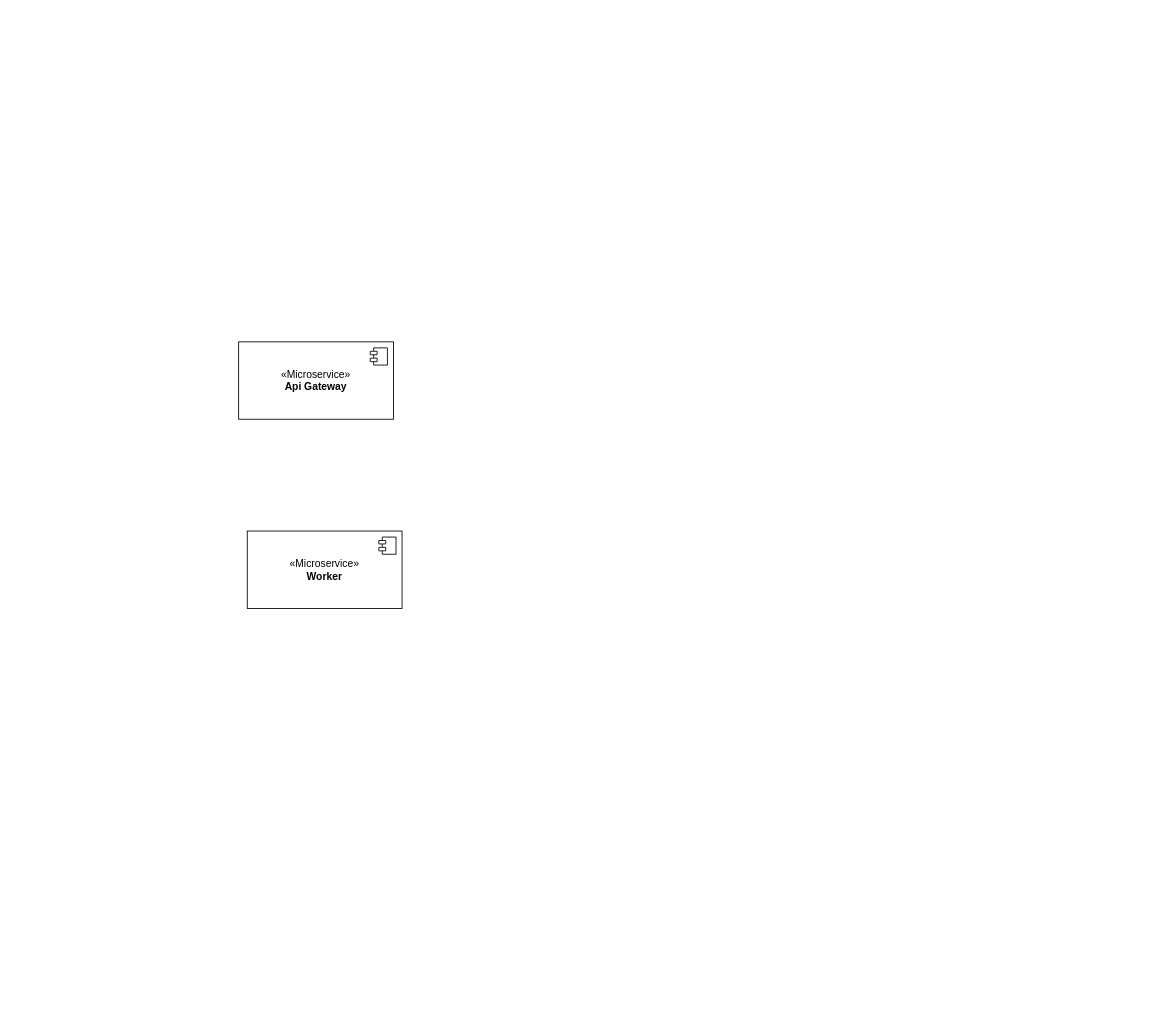
The draw.io diagram diagramme de composants.drawio in stormsidali2001/outsourcing-plateform-4th-year-project, before the edit. Source tidied: cells renumbered, new cells numbered last; positions are measured from the earlier drawing's top-left corner, leaving out a move shared by most shapes. Both pictures are drawn from the tidied source at 86%, with x=0, y=0 at pixel (238, 341).
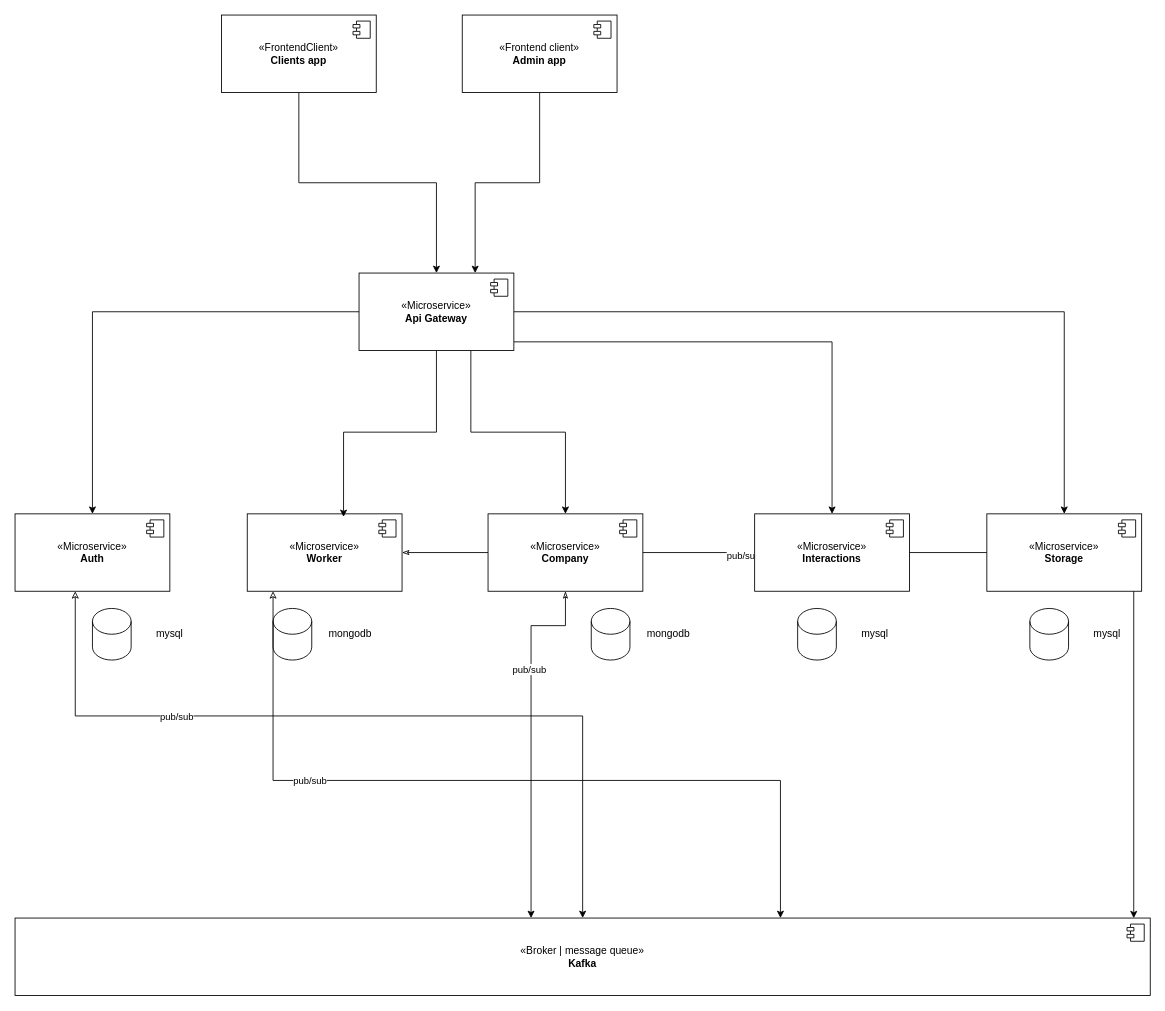
The same page after the edit.

Commit message (it also covers changes not shown here):
Mettre à jour diagramme de composants.drawio

Change to the diagram source:
```diff
@@
+    <mxCell id="6" style="edgeStyle=orthogonalEdgeStyle;rounded=0;jettySize=auto;html=1;entryX=0.39;entryY=-0.34;entryDx=0;entryDy=0;entryPerimeter=0;startArrow=classicThin;startFill=0;" parent="1" edge="1" source="2" target="22">
+      <mxGeometry relative="1" as="geometry" />
+    </mxCell>
+    <mxCell id="7" value="pub/sub" style="edgeLabel;html=1;align=center;verticalAlign=middle;" parent="6" vertex="1">
+      <mxGeometry x="-0.38" y="-3" relative="1" as="geometry" />
+    </mxCell>
     <mxCell id="2" value="«Microservice»&lt;br&gt;&lt;b&gt;Worker&lt;/b&gt;" style="html=1;whiteSpace=wrap;" parent="1" vertex="1">
-      <mxGeometry x="10" y="220" width="180" height="90" as="geometry" />
+      <mxGeometry x="10" y="200" width="180" height="90" as="geometry" />
     </mxCell>
@@
+    <mxCell id="8" style="edgeStyle=orthogonalEdgeStyle;rounded=0;jettySize=auto;html=1;" parent="1" edge="1" source="4" target="15">
+      <mxGeometry relative="1" as="geometry" />
+    </mxCell>
+    <mxCell id="9" style="edgeStyle=orthogonalEdgeStyle;rounded=0;jettySize=auto;html=1;entryX=0.622;entryY=0.04;entryDx=0;entryDy=0;entryPerimeter=0;" parent="1" edge="1" source="4" target="2">
+      <mxGeometry relative="1" as="geometry" />
+    </mxCell>
+    <mxCell id="10" style="edgeStyle=orthogonalEdgeStyle;rounded=0;jettySize=auto;html=1;" parent="1" edge="1" source="4" target="17">
+      <mxGeometry relative="1" as="geometry">
+        <Array as="points">
+          <mxPoint x="270" y="105" />
+          <mxPoint x="380" y="105" />
+        </Array>
+      </mxGeometry>
+    </mxCell>
+    <mxCell id="11" style="edgeStyle=orthogonalEdgeStyle;rounded=0;jettySize=auto;html=1;" parent="1" edge="1" source="4" target="19">
+      <mxGeometry relative="1" as="geometry">
+        <Array as="points">
+          <mxPoint x="690" />
+        </Array>
+      </mxGeometry>
+    </mxCell>
+    <mxCell id="12" style="edgeStyle=orthogonalEdgeStyle;rounded=0;jettySize=auto;html=1;" parent="1" edge="1" source="4" target="33">
+      <mxGeometry relative="1" as="geometry" />
+    </mxCell>
     <mxCell id="4" value="«Microservice»&lt;br&gt;&lt;b&gt;Api Gateway&lt;/b&gt;" style="html=1;whiteSpace=wrap;" parent="1" vertex="1">
-      <mxGeometry width="180" height="90" as="geometry" />
+      <mxGeometry x="140" y="-80" width="180" height="90" as="geometry" />
     </mxCell>
@@
+    <mxCell id="13" style="edgeStyle=orthogonalEdgeStyle;rounded=0;jettySize=auto;html=1;startArrow=classic;startFill=0;" parent="1" edge="1" source="15" target="21">
+      <mxGeometry relative="1" as="geometry">
+        <Array as="points">
+          <mxPoint x="-190" y="435" />
+        </Array>
+      </mxGeometry>
+    </mxCell>
+    <mxCell id="14" value="pub/sub" style="edgeLabel;html=1;align=center;verticalAlign=middle;" parent="13" vertex="1">
+      <mxGeometry x="-0.46" relative="1" as="geometry" />
+    </mxCell>
+    <mxCell id="15" value="«Microservice»&lt;br&gt;&lt;b&gt;Auth&lt;/b&gt;" style="html=1;whiteSpace=wrap;" parent="1" vertex="1">
+      <mxGeometry x="-260" y="200" width="180" height="90" as="geometry" />
+    </mxCell>
+    <mxCell id="16" style="shape=module;jettyWidth=8;jettyHeight=4;" parent="15" vertex="1">
+      <mxGeometry x="1" width="20" height="20" relative="1" as="geometry">
+        <mxPoint x="-27" y="7" as="offset" />
+      </mxGeometry>
+    </mxCell>
+    <mxCell id="17" value="«Microservice»&lt;br&gt;&lt;b&gt;Company&lt;/b&gt;" style="html=1;whiteSpace=wrap;" parent="1" vertex="1">
+      <mxGeometry x="290" y="200" width="180" height="90" as="geometry" />
+    </mxCell>
+    <mxCell id="18" style="shape=module;jettyWidth=8;jettyHeight=4;" parent="17" vertex="1">
+      <mxGeometry x="1" width="20" height="20" relative="1" as="geometry">
+        <mxPoint x="-27" y="7" as="offset" />
+      </mxGeometry>
+    </mxCell>
+    <mxCell id="19" value="«Microservice»&lt;br&gt;&lt;b&gt;Interactions&lt;/b&gt;" style="html=1;whiteSpace=wrap;" parent="1" vertex="1">
+      <mxGeometry x="600" y="200" width="180" height="90" as="geometry" />
+    </mxCell>
+    <mxCell id="20" style="shape=module;jettyWidth=8;jettyHeight=4;" parent="19" vertex="1">
+      <mxGeometry x="1" width="20" height="20" relative="1" as="geometry">
+        <mxPoint x="-27" y="7" as="offset" />
+      </mxGeometry>
+    </mxCell>
+    <mxCell id="21" value="«Broker | message queue»&lt;br&gt;&lt;b&gt;Kafka&lt;/b&gt;" style="html=1;whiteSpace=wrap;" parent="1" vertex="1">
+      <mxGeometry x="-260" y="670" width="1320" height="90" as="geometry" />
+    </mxCell>
+    <mxCell id="22" style="shape=module;jettyWidth=8;jettyHeight=4;" parent="21" vertex="1">
+      <mxGeometry x="1" width="20" height="20" relative="1" as="geometry">
+        <mxPoint x="-27" y="7" as="offset" />
+      </mxGeometry>
+    </mxCell>
+    <mxCell id="23" style="edgeStyle=orthogonalEdgeStyle;rounded=0;jettySize=auto;html=1;startArrow=classicThin;startFill=0;" parent="1" edge="1" source="17" target="21">
+      <mxGeometry relative="1" as="geometry">
+        <Array as="points">
+          <mxPoint x="380" y="330" />
+          <mxPoint x="340" y="330" />
+          <mxPoint x="340" y="715" />
+        </Array>
+      </mxGeometry>
+    </mxCell>
+    <mxCell id="24" value="pub/sub" style="edgeLabel;html=1;align=center;verticalAlign=middle;" parent="23" vertex="1">
+      <mxGeometry x="-0.38" y="-3" relative="1" as="geometry" />
+    </mxCell>
+    <mxCell id="25" style="shape=cylinder3;whiteSpace=wrap;html=1;boundedLbl=1;backgroundOutline=1;size=15;" parent="1" vertex="1">
+      <mxGeometry x="40" y="310" width="45" height="60" as="geometry" />
+    </mxCell>
+    <mxCell id="26" value="mongodb" style="text;html=1;strokeColor=none;fillColor=none;align=center;verticalAlign=middle;whiteSpace=wrap;rounded=0;" parent="1" vertex="1">
+      <mxGeometry x="100" y="325" width="60" height="30" as="geometry" />
+    </mxCell>
+    <mxCell id="27" style="shape=cylinder3;whiteSpace=wrap;html=1;boundedLbl=1;backgroundOutline=1;size=15;" parent="1" vertex="1">
+      <mxGeometry x="-170" y="310" width="45" height="60" as="geometry" />
+    </mxCell>
+    <mxCell id="28" value="mysql" style="text;html=1;strokeColor=none;fillColor=none;align=center;verticalAlign=middle;whiteSpace=wrap;rounded=0;" parent="1" vertex="1">
+      <mxGeometry x="-110" y="325" width="60" height="30" as="geometry" />
+    </mxCell>
+    <mxCell id="29" style="shape=cylinder3;whiteSpace=wrap;html=1;boundedLbl=1;backgroundOutline=1;size=15;" parent="1" vertex="1">
+      <mxGeometry x="410" y="310" width="45" height="60" as="geometry" />
+    </mxCell>
+    <mxCell id="30" value="mongodb" style="text;html=1;strokeColor=none;fillColor=none;align=center;verticalAlign=middle;whiteSpace=wrap;rounded=0;" parent="1" vertex="1">
+      <mxGeometry x="470" y="325" width="60" height="30" as="geometry" />
+    </mxCell>
+    <mxCell id="31" style="shape=cylinder3;whiteSpace=wrap;html=1;boundedLbl=1;backgroundOutline=1;size=15;" parent="1" vertex="1">
+      <mxGeometry x="650" y="310" width="45" height="60" as="geometry" />
+    </mxCell>
+    <mxCell id="32" value="mysql" style="text;html=1;strokeColor=none;fillColor=none;align=center;verticalAlign=middle;whiteSpace=wrap;rounded=0;" parent="1" vertex="1">
+      <mxGeometry x="710" y="325" width="60" height="30" as="geometry" />
+    </mxCell>
+    <mxCell id="33" value="«Microservice»&lt;br&gt;&lt;b&gt;Storage&lt;/b&gt;" style="html=1;whiteSpace=wrap;" parent="1" vertex="1">
+      <mxGeometry x="870" y="200" width="180" height="90" as="geometry" />
+    </mxCell>
+    <mxCell id="34" style="shape=module;jettyWidth=8;jettyHeight=4;" parent="33" vertex="1">
+      <mxGeometry x="1" width="20" height="20" relative="1" as="geometry">
+        <mxPoint x="-27" y="7" as="offset" />
+      </mxGeometry>
+    </mxCell>
+    <mxCell id="35" style="shape=cylinder3;whiteSpace=wrap;html=1;boundedLbl=1;backgroundOutline=1;size=15;" parent="1" vertex="1">
+      <mxGeometry x="920" y="310" width="45" height="60" as="geometry" />
+    </mxCell>
+    <mxCell id="36" value="mysql" style="text;html=1;strokeColor=none;fillColor=none;align=center;verticalAlign=middle;whiteSpace=wrap;rounded=0;" parent="1" vertex="1">
+      <mxGeometry x="980" y="325" width="60" height="30" as="geometry" />
+    </mxCell>
+    <mxCell id="37" style="edgeStyle=orthogonalEdgeStyle;rounded=0;jettySize=auto;html=1;" parent="1" edge="1" source="38" target="4">
+      <mxGeometry relative="1" as="geometry" />
+    </mxCell>
+    <mxCell id="38" value="«FrontendClient»&lt;br&gt;&lt;b&gt;Clients app&lt;/b&gt;" style="html=1;whiteSpace=wrap;" parent="1" vertex="1">
+      <mxGeometry x="-20" y="-380" width="180" height="90" as="geometry" />
+    </mxCell>
+    <mxCell id="39" style="shape=module;jettyWidth=8;jettyHeight=4;" parent="38" vertex="1">
+      <mxGeometry x="1" width="20" height="20" relative="1" as="geometry">
+        <mxPoint x="-27" y="7" as="offset" />
+      </mxGeometry>
+    </mxCell>
+    <mxCell id="40" style="edgeStyle=orthogonalEdgeStyle;rounded=0;jettySize=auto;html=1;entryX=0.75;entryY=0;entryDx=0;entryDy=0;" parent="1" edge="1" source="41" target="4">
+      <mxGeometry relative="1" as="geometry" />
+    </mxCell>
+    <mxCell id="41" value="«Frontend client»&lt;br&gt;&lt;b&gt;Admin app&lt;/b&gt;" style="html=1;whiteSpace=wrap;" parent="1" vertex="1">
+      <mxGeometry x="260" y="-380" width="180" height="90" as="geometry" />
+    </mxCell>
+    <mxCell id="42" style="shape=module;jettyWidth=8;jettyHeight=4;" parent="41" vertex="1">
+      <mxGeometry x="1" width="20" height="20" relative="1" as="geometry">
+        <mxPoint x="-27" y="7" as="offset" />
+      </mxGeometry>
+    </mxCell>
+    <mxCell id="43" style="edgeStyle=orthogonalEdgeStyle;rounded=0;orthogonalLoop=1;jettySize=auto;html=1;startArrow=classic;startFill=0;" parent="1" edge="1">
+      <mxGeometry relative="1" as="geometry">
+        <mxPoint x="40" y="290" as="sourcePoint" />
+        <mxPoint x="630" y="670" as="targetPoint" />
+        <Array as="points">
+          <mxPoint x="40" y="510" />
+          <mxPoint x="630" y="510" />
+        </Array>
+      </mxGeometry>
+    </mxCell>
+    <mxCell id="44" value="pub/sub" style="edgeLabel;html=1;align=center;verticalAlign=middle;" parent="43" vertex="1">
+      <mxGeometry x="-0.46" relative="1" as="geometry" />
+    </mxCell>
```
